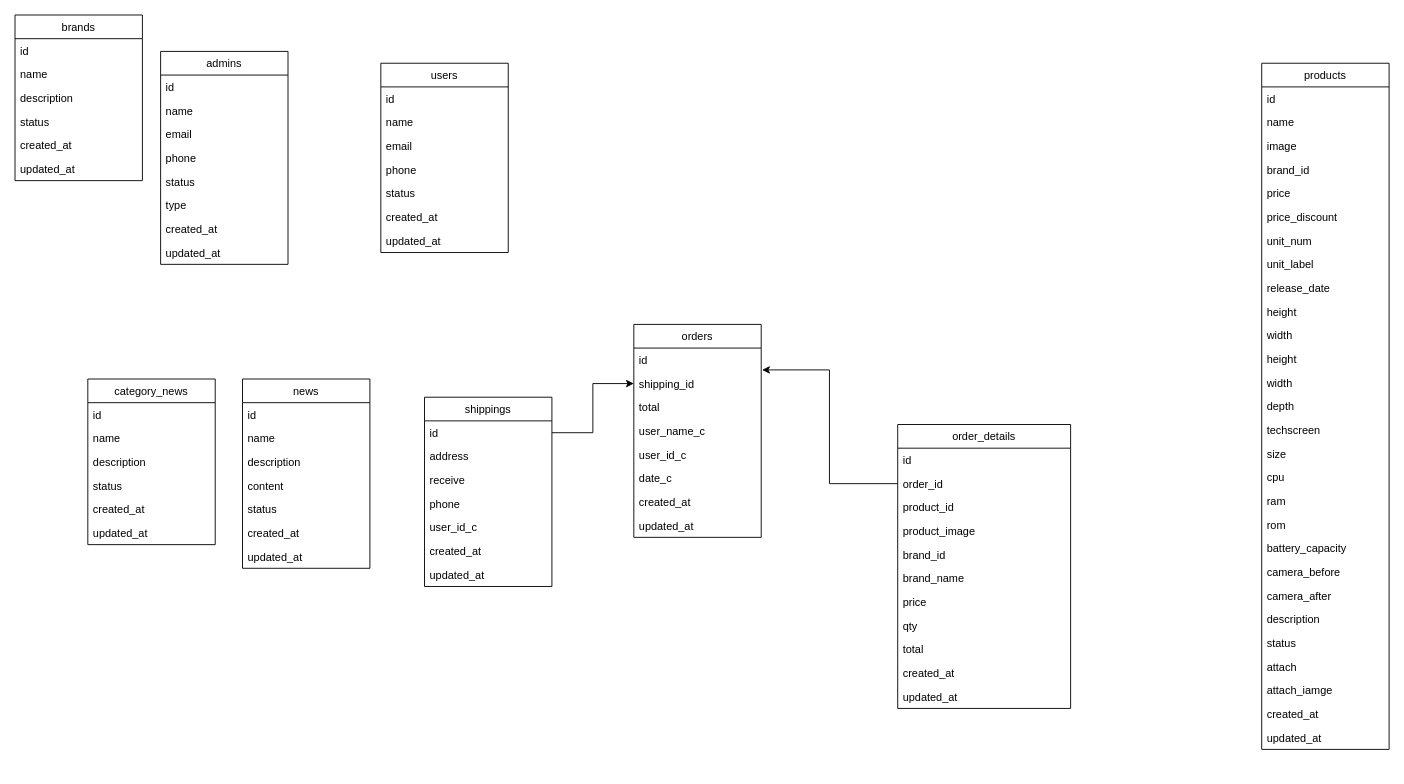
Above: Untitled Diagram.drawio in vanh190599/Document (draw.io), before the change. Source tidied: cells renumbered, new cells numbered last; positions are measured from the earlier drawing's top-left corner, leaving out a move shared by most shapes. Both pictures are drawn from the tidied source at 91%, with x=0, y=0 at pixel (15, 15).
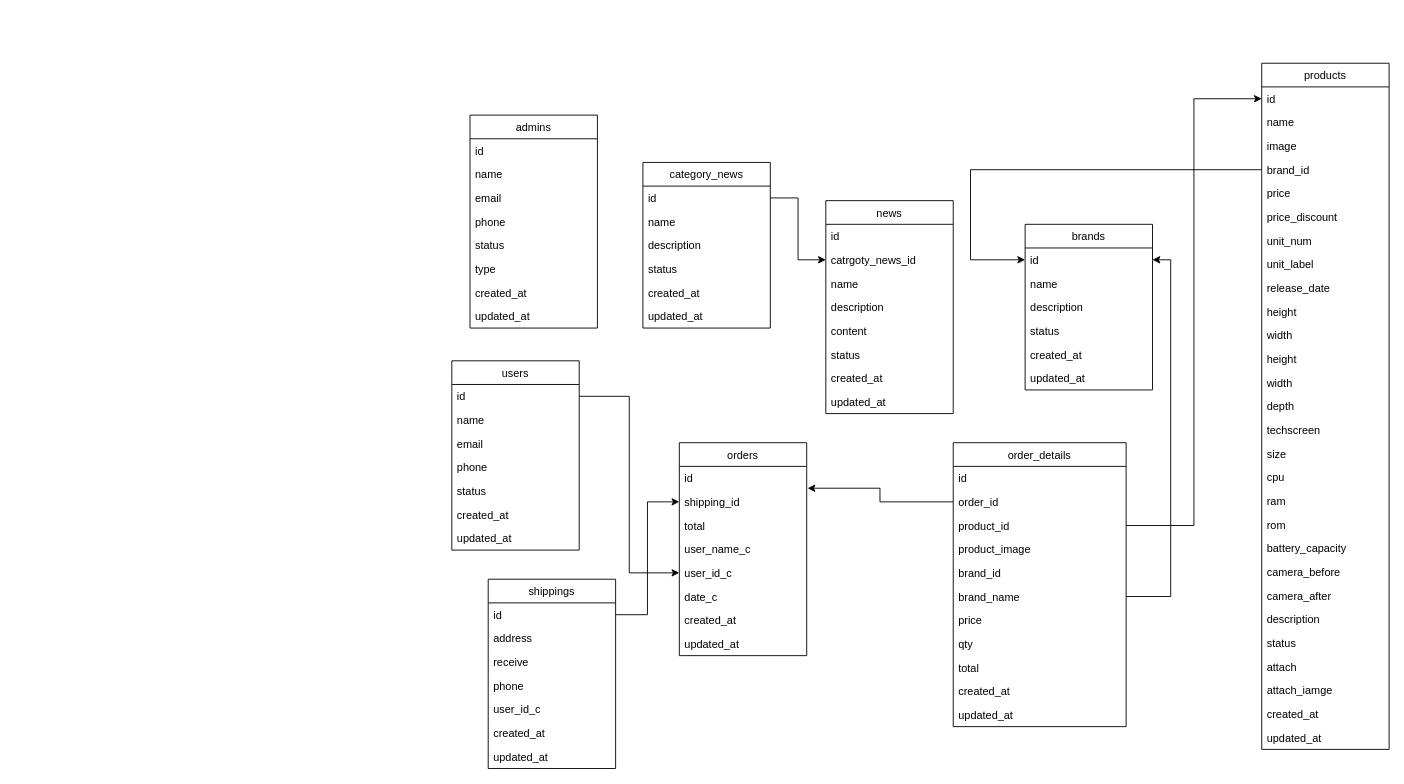
The same page after the edit.

Unchanged cells that the change refers to:
```xml
<mxCell id="3" value="id" style="text;strokeColor=none;fillColor=none;align=left;verticalAlign=top;spacingLeft=4;spacingRight=4;overflow=hidden;points=[[0,0.5],[1,0.5]];portConstraint=eastwest;" parent="2" vertex="1">
  <mxGeometry y="26" width="140" height="26" as="geometry" />
</mxCell>
<mxCell id="10" value="id" style="text;strokeColor=none;fillColor=none;align=left;verticalAlign=top;spacingLeft=4;spacingRight=4;overflow=hidden;points=[[0,0.5],[1,0.5]];portConstraint=eastwest;" parent="9" vertex="1">
  <mxGeometry y="26" width="140" height="26" as="geometry" />
</mxCell>
<mxCell id="34" value="id" style="text;strokeColor=none;fillColor=none;align=left;verticalAlign=top;spacingLeft=4;spacingRight=4;overflow=hidden;points=[[0,0.5],[1,0.5]];portConstraint=eastwest;" parent="33" vertex="1">
  <mxGeometry y="26" width="140" height="26" as="geometry" />
</mxCell>
<mxCell id="46" value="user_id_c" style="text;strokeColor=none;fillColor=none;align=left;verticalAlign=top;spacingLeft=4;spacingRight=4;overflow=hidden;points=[[0,0.5],[1,0.5]];portConstraint=eastwest;" parent="41" vertex="1">
  <mxGeometry y="130" width="140" height="26" as="geometry" />
</mxCell>
<mxCell id="59" value="id" style="text;strokeColor=none;fillColor=none;align=left;verticalAlign=top;spacingLeft=4;spacingRight=4;overflow=hidden;points=[[0,0.5],[1,0.5]];portConstraint=eastwest;" parent="58" vertex="1">
  <mxGeometry y="26" width="140" height="26" as="geometry" />
</mxCell>
<mxCell id="62" value="brand_id" style="text;strokeColor=none;fillColor=none;align=left;verticalAlign=top;spacingLeft=4;spacingRight=4;overflow=hidden;points=[[0,0.5],[1,0.5]];portConstraint=eastwest;" parent="58" vertex="1">
  <mxGeometry y="104" width="140" height="26" as="geometry" />
</mxCell>
<mxCell id="90" value="product_id" style="text;strokeColor=none;fillColor=none;align=left;verticalAlign=top;spacingLeft=4;spacingRight=4;overflow=hidden;points=[[0,0.5],[1,0.5]];portConstraint=eastwest;" parent="87" vertex="1">
  <mxGeometry y="78" width="190" height="26" as="geometry" />
</mxCell>
<mxCell id="93" value="brand_name" style="text;strokeColor=none;fillColor=none;align=left;verticalAlign=top;spacingLeft=4;spacingRight=4;overflow=hidden;points=[[0,0.5],[1,0.5]];portConstraint=eastwest;" parent="87" vertex="1">
  <mxGeometry y="156" width="190" height="26" as="geometry" />
</mxCell>
```

The edit, as a diff of the source:
```diff
@@
     <mxCell id="2" value="brands" style="swimlane;fontStyle=0;horizontal=1;startSize=26;fillColor=none;" parent="1" vertex="1">
-      <mxGeometry width="140" height="182" as="geometry" />
+      <mxGeometry x="1110" y="230" width="140" height="182" as="geometry" />
     </mxCell>
@@
     <mxCell id="9" value="category_news" style="swimlane;fontStyle=0;horizontal=1;startSize=26;fillColor=none;" parent="1" vertex="1">
-      <mxGeometry x="80" y="400" width="140" height="182" as="geometry" />
+      <mxGeometry x="690" y="162" width="140" height="182" as="geometry" />
     </mxCell>
@@
     <mxCell id="16" value="news" style="swimlane;fontStyle=0;horizontal=1;startSize=26;fillColor=none;" parent="1" vertex="1">
-      <mxGeometry x="250" y="400" width="140" height="208" as="geometry" />
+      <mxGeometry x="891" y="204" width="140" height="234" as="geometry" />
     </mxCell>
@@
+    <mxCell id="101" value="catrgoty_news_id" style="text;strokeColor=none;fillColor=none;align=left;verticalAlign=top;spacingLeft=4;spacingRight=4;overflow=hidden;points=[[0,0.5],[1,0.5]];portConstraint=eastwest;" parent="16" vertex="1">
+      <mxGeometry y="52" width="140" height="26" as="geometry" />
+    </mxCell>
     <mxCell id="18" value="name" style="text;strokeColor=none;fillColor=none;align=left;verticalAlign=top;spacingLeft=4;spacingRight=4;overflow=hidden;" parent="16" vertex="1">
-      <mxGeometry y="52" width="140" height="26" as="geometry" />
+      <mxGeometry y="78" width="140" height="26" as="geometry" />
     </mxCell>
     <mxCell id="19" value="description" style="text;strokeColor=none;fillColor=none;align=left;verticalAlign=top;spacingLeft=4;spacingRight=4;overflow=hidden;" parent="16" vertex="1">
-      <mxGeometry y="78" width="140" height="26" as="geometry" />
+      <mxGeometry y="104" width="140" height="26" as="geometry" />
     </mxCell>
     <mxCell id="20" value="content" style="text;strokeColor=none;fillColor=none;align=left;verticalAlign=top;spacingLeft=4;spacingRight=4;overflow=hidden;" parent="16" vertex="1">
-      <mxGeometry y="104" width="140" height="26" as="geometry" />
+      <mxGeometry y="130" width="140" height="26" as="geometry" />
     </mxCell>
     <mxCell id="21" value="status" style="text;strokeColor=none;fillColor=none;align=left;verticalAlign=top;spacingLeft=4;spacingRight=4;overflow=hidden;" parent="16" vertex="1">
-      <mxGeometry y="130" width="140" height="26" as="geometry" />
+      <mxGeometry y="156" width="140" height="26" as="geometry" />
     </mxCell>
     <mxCell id="22" value="created_at" style="text;strokeColor=none;fillColor=none;align=left;verticalAlign=top;spacingLeft=4;spacingRight=4;overflow=hidden;" parent="16" vertex="1">
-      <mxGeometry y="156" width="140" height="26" as="geometry" />
+      <mxGeometry y="182" width="140" height="26" as="geometry" />
     </mxCell>
     <mxCell id="23" value="updated_at" style="text;strokeColor=none;fillColor=none;align=left;verticalAlign=top;spacingLeft=4;spacingRight=4;overflow=hidden;" parent="16" vertex="1">
-      <mxGeometry y="182" width="140" height="26" as="geometry" />
+      <mxGeometry y="208" width="140" height="26" as="geometry" />
     </mxCell>
     <mxCell id="24" value="admins" style="swimlane;fontStyle=0;horizontal=1;startSize=26;fillColor=none;" parent="1" vertex="1">
-      <mxGeometry x="160" y="40" width="140" height="234" as="geometry" />
+      <mxGeometry x="500" y="110" width="140" height="234" as="geometry" />
     </mxCell>
@@
     <mxCell id="33" value="users" style="swimlane;fontStyle=0;horizontal=1;startSize=26;fillColor=none;" parent="1" vertex="1">
-      <mxGeometry x="402" y="53" width="140" height="208" as="geometry" />
+      <mxGeometry x="480" y="380" width="140" height="208" as="geometry" />
     </mxCell>
@@
     <mxCell id="41" value="orders" style="swimlane;fontStyle=0;horizontal=1;startSize=26;fillColor=none;" parent="1" vertex="1">
-      <mxGeometry x="680" y="340" width="140" height="234" as="geometry" />
+      <mxGeometry x="730" y="470" width="140" height="234" as="geometry" />
     </mxCell>
@@
     <mxCell id="50" value="shippings" style="swimlane;fontStyle=0;horizontal=1;startSize=26;fillColor=none;" parent="1" vertex="1">
-      <mxGeometry x="450" y="420" width="140" height="208" as="geometry" />
+      <mxGeometry x="520" y="620" width="140" height="208" as="geometry" />
     </mxCell>
@@
     <mxCell id="87" value="order_details" style="swimlane;fontStyle=0;horizontal=1;startSize=26;fillColor=none;" parent="1" vertex="1">
-      <mxGeometry x="970" y="450" width="190" height="312" as="geometry" />
+      <mxGeometry x="1031" y="470" width="190" height="312" as="geometry" />
     </mxCell>
@@
+    <mxCell id="102" style="edgeStyle=orthogonalEdgeStyle;rounded=0;jettySize=auto;html=1;entryX=1;entryY=0.5;entryDx=0;entryDy=0;" parent="1" edge="1" source="93" target="3">
+      <mxGeometry relative="1" as="geometry" />
+    </mxCell>
+    <mxCell id="103" style="edgeStyle=orthogonalEdgeStyle;rounded=0;jettySize=auto;html=1;entryX=0;entryY=0.5;entryDx=0;entryDy=0;" parent="1" edge="1" source="62" target="3">
+      <mxGeometry relative="1" as="geometry">
+        <Array as="points">
+          <mxPoint x="1050" y="170" />
+          <mxPoint x="1050" y="269" />
+        </Array>
+      </mxGeometry>
+    </mxCell>
+    <mxCell id="104" style="edgeStyle=orthogonalEdgeStyle;rounded=0;jettySize=auto;html=1;entryX=0;entryY=0.5;entryDx=0;entryDy=0;" parent="1" edge="1" source="90" target="59">
+      <mxGeometry relative="1" as="geometry" />
+    </mxCell>
+    <mxCell id="105" style="edgeStyle=orthogonalEdgeStyle;rounded=0;jettySize=auto;html=1;entryX=0;entryY=0.5;entryDx=0;entryDy=0;" parent="1" edge="1" source="34" target="46">
+      <mxGeometry relative="1" as="geometry" />
+    </mxCell>
+    <mxCell id="106" style="edgeStyle=orthogonalEdgeStyle;rounded=0;jettySize=auto;html=1;entryX=0;entryY=0.5;entryDx=0;entryDy=0;" parent="1" edge="1" source="10" target="101">
+      <mxGeometry relative="1" as="geometry" />
+    </mxCell>
```
